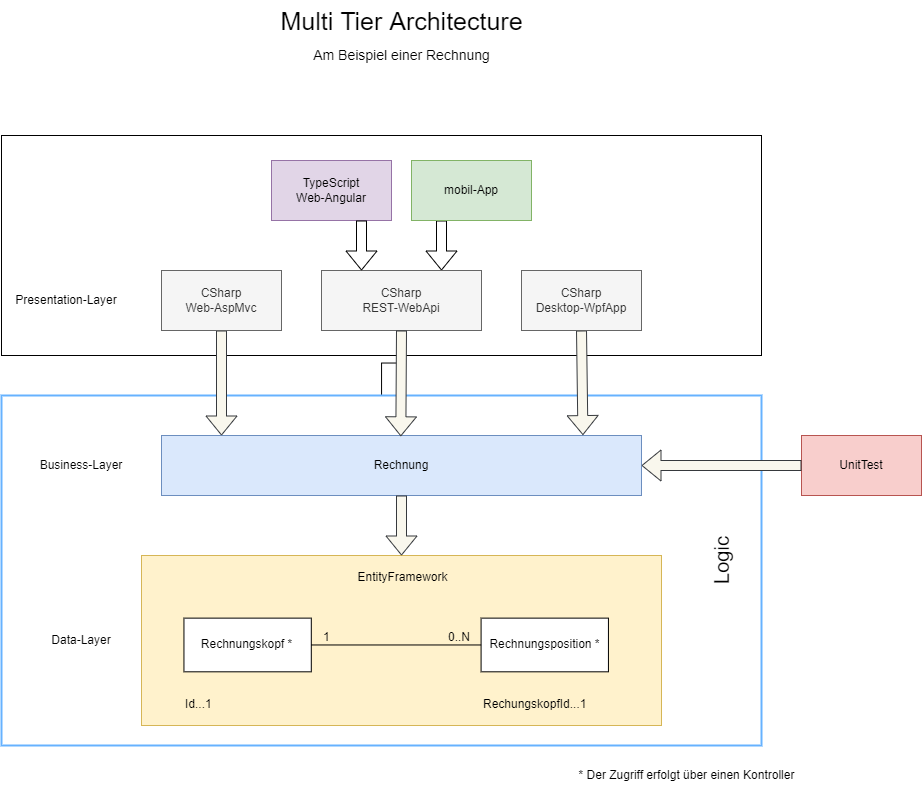
Above: MultiTierArchitecture.png in Nydery/CSSoftwareEngineering-QuickTemplate (draw.io), before the change. Source tidied: cells renumbered, new cells last; positions are measured from the earlier drawing's top-left corner, leaving out a move shared by most shapes.
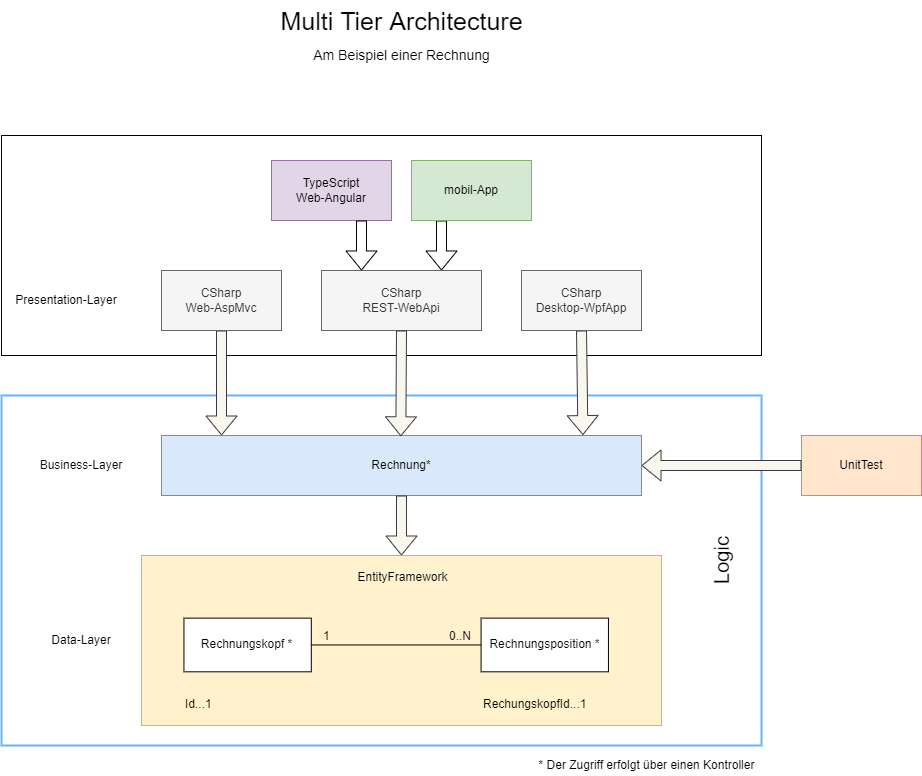
After the commit.

What changed in the source:
```diff
@@ -5,9 +5,6 @@
     <mxCell id="2" style="rounded=0;whiteSpace=wrap;html=1;" parent="1" vertex="1">
       <mxGeometry y="135" width="760" height="220" as="geometry" />
     </mxCell>
-    <mxCell id="3" style="edgeStyle=orthogonalEdgeStyle;rounded=0;jettySize=auto;html=1;" parent="1" edge="1" source="4" target="28">
-      <mxGeometry relative="1" as="geometry" />
-    </mxCell>
     <mxCell id="4" style="rounded=0;whiteSpace=wrap;html=1;fillColor=none;strokeWidth=2;strokeColor=#66B2FF;" parent="1" vertex="1">
       <mxGeometry y="395" width="760" height="350" as="geometry" />
     </mxCell>
@@ -45,7 +42,7 @@
     <mxCell id="14" value="EntityFramework" style="text;html=1;align=center;verticalAlign=middle;strokeColor=none;fillColor=none;" parent="5" vertex="1">
       <mxGeometry x="205.8" y="12.1" width="110" height="20" as="geometry" />
     </mxCell>
-    <mxCell id="15" value="Rechnung" style="rounded=0;whiteSpace=wrap;html=1;fillColor=#dae8fc;strokeColor=#6c8ebf;" parent="1" vertex="1">
+    <mxCell id="15" value="Rechnung*" style="rounded=0;whiteSpace=wrap;html=1;fillColor=#dae8fc;strokeColor=#6c8ebf;" parent="1" vertex="1">
       <mxGeometry x="160" y="435" width="480" height="60" as="geometry" />
     </mxCell>
     <mxCell id="16" style="shape=flexArrow;endArrow=classic;html=1;rounded=0;entryX=0.5;entryY=0;entryDx=0;entryDy=0;fillColor=#f9f7ed;strokeColor=#36393d;" parent="1" edge="1" source="15" target="6">
@@ -98,7 +95,7 @@
       </mxGeometry>
     </mxCell>
     <mxCell id="31" value="* Der Zugriff erfolgt über einen Kontroller" style="text;html=1;align=center;verticalAlign=middle;strokeColor=none;fillColor=none;" parent="1" vertex="1">
-      <mxGeometry x="570" y="765" width="230" height="20" as="geometry" />
+      <mxGeometry x="530" y="755" width="230" height="20" as="geometry" />
     </mxCell>
     <mxCell id="32" value="TypeScript&lt;br&gt;Web-Angular" style="rounded=0;whiteSpace=wrap;html=1;fillColor=#e1d5e7;strokeColor=#9673a6;" parent="1" vertex="1">
       <mxGeometry x="270" y="160" width="120" height="60" as="geometry" />
@@ -106,7 +103,7 @@
     <mxCell id="33" style="shape=flexArrow;endArrow=classic;html=1;rounded=0;entryX=0.25;entryY=0;entryDx=0;entryDy=0;exitX=0.75;exitY=1;exitDx=0;exitDy=0;" parent="1" edge="1" source="32" target="28">
       <mxGeometry relative="1" as="geometry" />
     </mxCell>
-    <mxCell id="34" value="UnitTest" style="rounded=0;whiteSpace=wrap;html=1;fillColor=#f8cecc;strokeColor=#b85450;" parent="1" vertex="1">
+    <mxCell id="34" value="UnitTest" style="rounded=0;whiteSpace=wrap;html=1;fillColor=#ffe6cc;strokeColor=#d79b00;" parent="1" vertex="1">
       <mxGeometry x="800" y="435" width="120" height="60" as="geometry" />
     </mxCell>
     <mxCell id="35" style="shape=flexArrow;endArrow=classic;html=1;rounded=0;exitX=0;exitY=0.5;exitDx=0;exitDy=0;fillColor=#f9f7ed;strokeColor=#36393d;" parent="1" edge="1" source="34" target="15">
```
